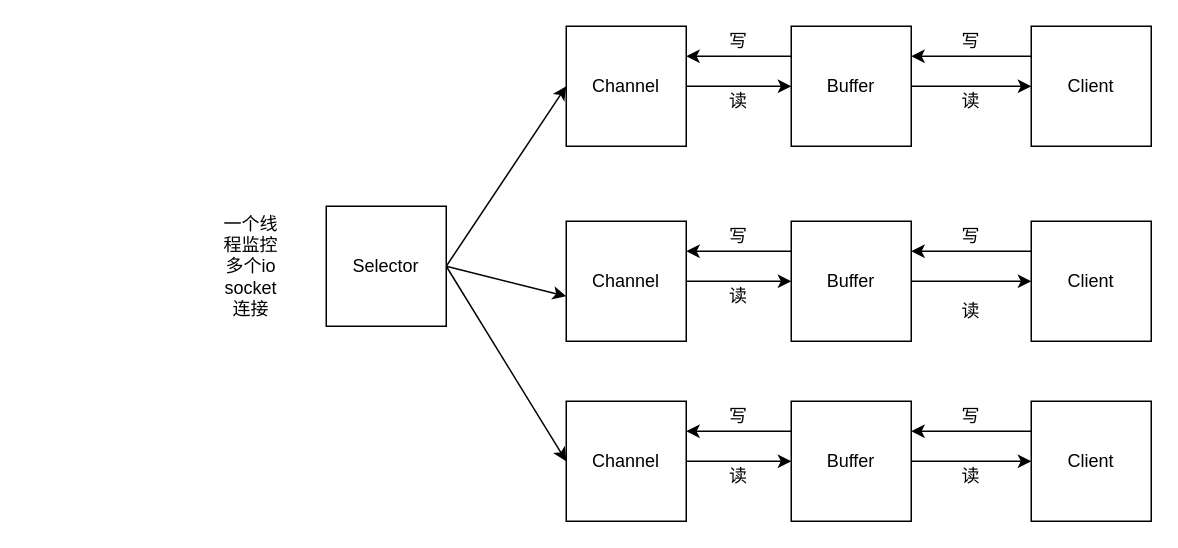
Above: Untitled Diagram.drawio in caozhen1937/helloworld (draw.io), before the change. Source tidied: cells renumbered, new cells numbered last; positions are measured from the earlier drawing's top-left corner, leaving out a move shared by most shapes. Both pictures are drawn from the tidied source at 150%, with x=0, y=0 at pixel (220, 26).
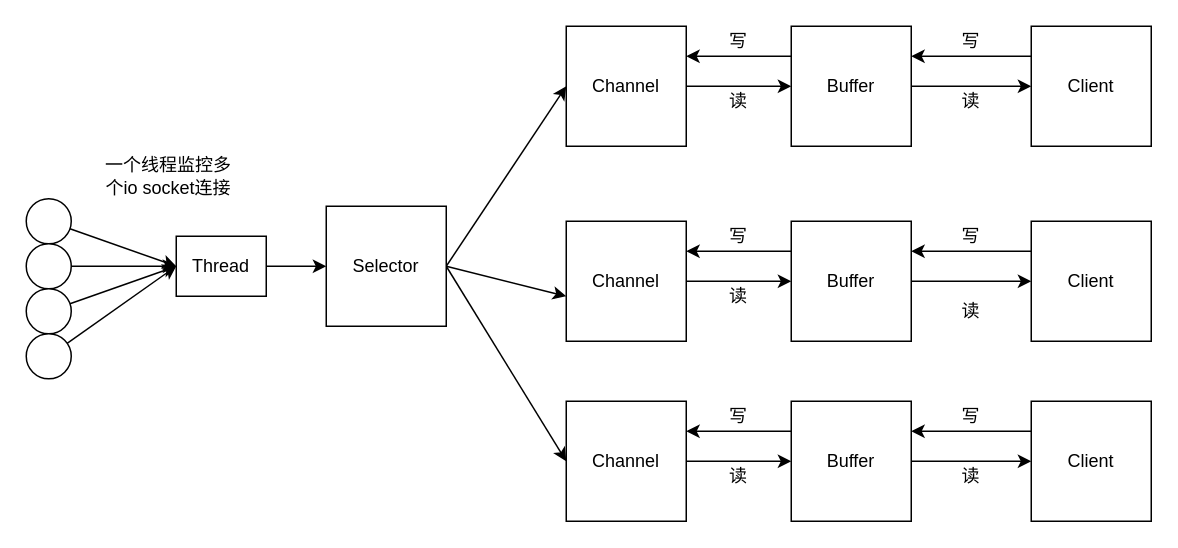
After the change.

Unchanged cells that the change refers to:
```xml
<mxCell id="5" style="whiteSpace=wrap;html=1;" parent="1" vertex="1">
  <mxGeometry x="70" y="120" width="80" height="80" as="geometry" />
</mxCell>
```

The edit, as a diff of the source:
```diff
@@
     <mxCell id="49" value="一个线程监控多个io socket连接" style="text;html=1;strokeColor=none;fillColor=none;align=center;verticalAlign=middle;whiteSpace=wrap;rounded=0;" parent="1" vertex="1">
-      <mxGeometry y="150" width="40" height="20" as="geometry" />
+      <mxGeometry x="-80" y="60" width="90" height="80" as="geometry" />
     </mxCell>
+    <mxCell id="50" style="edgeStyle=none;rounded=0;jettySize=auto;html=1;exitX=1;exitY=0.5;exitDx=0;exitDy=0;entryX=0;entryY=0.5;entryDx=0;entryDy=0;" parent="1" edge="1" source="51" target="5">
+      <mxGeometry relative="1" as="geometry" />
+    </mxCell>
+    <mxCell id="51" style="rounded=0;whiteSpace=wrap;html=1;" parent="1" vertex="1">
+      <mxGeometry x="-30" y="140" width="60" height="40" as="geometry" />
+    </mxCell>
+    <mxCell id="52" value="Thread" style="text;html=1;strokeColor=none;fillColor=none;align=center;verticalAlign=middle;whiteSpace=wrap;rounded=0;" parent="1" vertex="1">
+      <mxGeometry x="-20" y="150" width="40" height="20" as="geometry" />
+    </mxCell>
+    <mxCell id="53" style="edgeStyle=none;rounded=0;jettySize=auto;html=1;entryX=0;entryY=0.5;entryDx=0;entryDy=0;" parent="1" edge="1" source="54" target="51">
+      <mxGeometry relative="1" as="geometry" />
+    </mxCell>
+    <mxCell id="54" style="ellipse;whiteSpace=wrap;html=1;" parent="1" vertex="1">
+      <mxGeometry x="-130" y="115" width="30" height="30" as="geometry" />
+    </mxCell>
+    <mxCell id="55" style="edgeStyle=none;rounded=0;jettySize=auto;html=1;" parent="1" edge="1" source="56">
+      <mxGeometry relative="1" as="geometry">
+        <mxPoint x="-30" y="160" as="targetPoint" />
+      </mxGeometry>
+    </mxCell>
+    <mxCell id="56" style="ellipse;whiteSpace=wrap;html=1;" parent="1" vertex="1">
+      <mxGeometry x="-130" y="145" width="30" height="30" as="geometry" />
+    </mxCell>
+    <mxCell id="57" style="edgeStyle=none;rounded=0;jettySize=auto;html=1;" parent="1" edge="1" source="58">
+      <mxGeometry relative="1" as="geometry">
+        <mxPoint x="-30" y="160" as="targetPoint" />
+      </mxGeometry>
+    </mxCell>
+    <mxCell id="58" style="ellipse;whiteSpace=wrap;html=1;" parent="1" vertex="1">
+      <mxGeometry x="-130" y="175" width="30" height="30" as="geometry" />
+    </mxCell>
+    <mxCell id="59" style="edgeStyle=none;rounded=0;jettySize=auto;html=1;entryX=0;entryY=0.5;entryDx=0;entryDy=0;" parent="1" edge="1" source="60" target="51">
+      <mxGeometry relative="1" as="geometry" />
+    </mxCell>
+    <mxCell id="60" style="ellipse;whiteSpace=wrap;html=1;" parent="1" vertex="1">
+      <mxGeometry x="-130" y="205" width="30" height="30" as="geometry" />
+    </mxCell>
```
